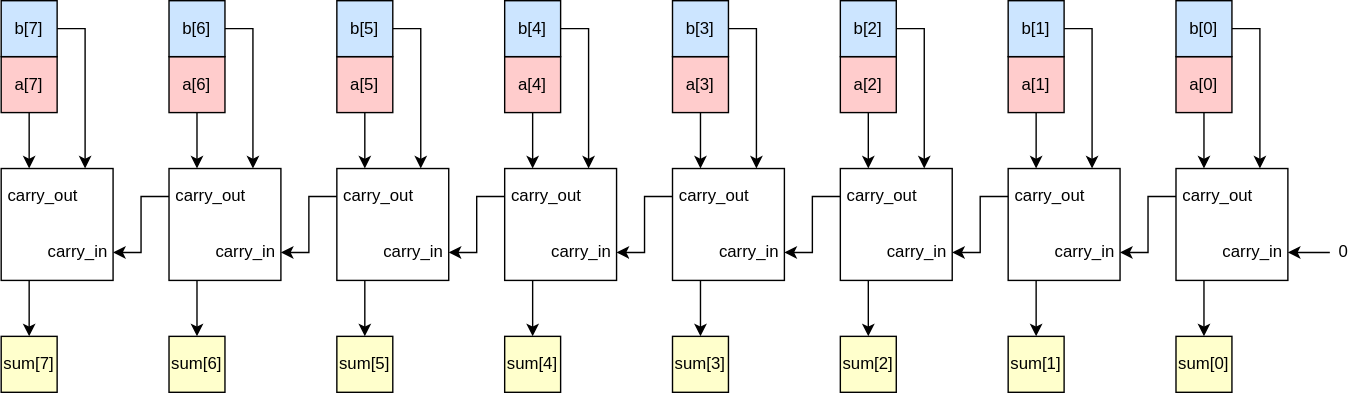
Earlier version of the draw.io export posts/carry-lookahead-adder/carry-lookahead-adder-rca.drawio.svg (axelfeldmann/feldmann.nyc). Source tidied: cells renumbered, new cells last; positions are measured from the earlier drawing's top-left corner, leaving out a move shared by most shapes.
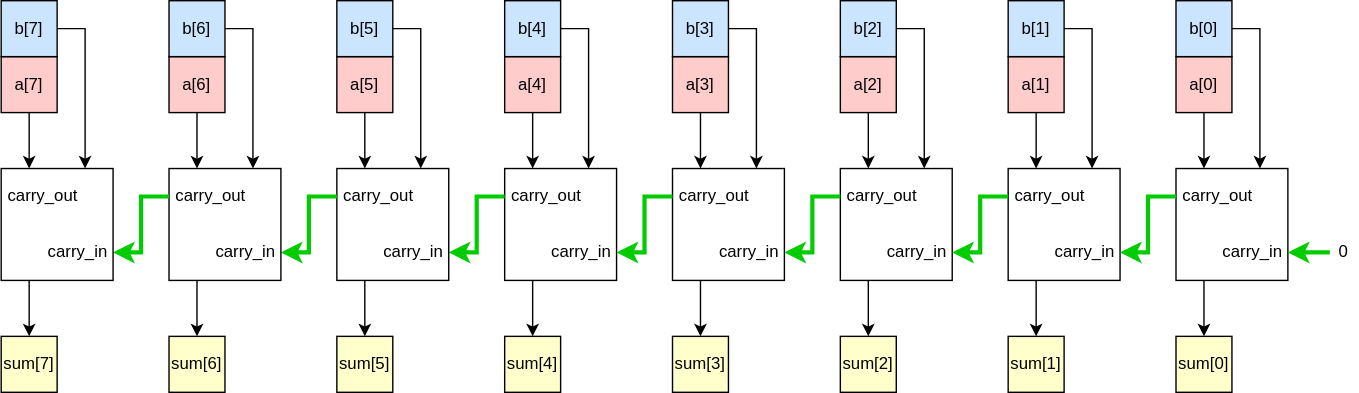
The same file after the commit.

Commit message:
green critical path

What changed in the source:
```diff
@@ -17,7 +17,7 @@
     <mxCell id="6" value="carry_in" style="text;html=1;align=center;verticalAlign=middle;whiteSpace=wrap;rounded=0;rotation=0;" parent="1" vertex="1">
       <mxGeometry x="390" y="170" width="50" height="20" as="geometry" />
     </mxCell>
-    <mxCell id="7" style="edgeStyle=orthogonalEdgeStyle;rounded=0;jettySize=auto;html=1;exitX=0;exitY=0.5;exitDx=0;exitDy=0;entryX=1;entryY=0.5;entryDx=0;entryDy=0;" parent="1" edge="1" source="8" target="16">
+    <mxCell id="7" style="edgeStyle=orthogonalEdgeStyle;rounded=0;jettySize=auto;html=1;exitX=0;exitY=0.5;exitDx=0;exitDy=0;entryX=1;entryY=0.5;entryDx=0;entryDy=0;strokeWidth=3;strokeColor=#00CC00;" parent="1" edge="1" source="8" target="16">
       <mxGeometry relative="1" as="geometry" />
     </mxCell>
     <mxCell id="8" value="carry_out" style="text;html=1;align=center;verticalAlign=middle;whiteSpace=wrap;rounded=0;rotation=0;" parent="1" vertex="1">
@@ -47,7 +47,7 @@
     <mxCell id="16" value="carry_in" style="text;html=1;align=center;verticalAlign=middle;whiteSpace=wrap;rounded=0;rotation=0;" parent="1" vertex="1">
       <mxGeometry x="270" y="170" width="50" height="20" as="geometry" />
     </mxCell>
-    <mxCell id="17" style="edgeStyle=orthogonalEdgeStyle;rounded=0;jettySize=auto;html=1;exitX=0;exitY=0.5;exitDx=0;exitDy=0;entryX=1;entryY=0.5;entryDx=0;entryDy=0;" parent="1" edge="1" source="18" target="26">
+    <mxCell id="17" style="edgeStyle=orthogonalEdgeStyle;rounded=0;jettySize=auto;html=1;exitX=0;exitY=0.5;exitDx=0;exitDy=0;entryX=1;entryY=0.5;entryDx=0;entryDy=0;strokeWidth=3;strokeColor=#00CC00;" parent="1" edge="1" source="18" target="26">
       <mxGeometry relative="1" as="geometry" />
     </mxCell>
     <mxCell id="18" value="carry_out" style="text;html=1;align=center;verticalAlign=middle;whiteSpace=wrap;rounded=0;rotation=0;" parent="1" vertex="1">
@@ -77,7 +77,7 @@
     <mxCell id="26" value="carry_in" style="text;html=1;align=center;verticalAlign=middle;whiteSpace=wrap;rounded=0;rotation=0;" parent="1" vertex="1">
       <mxGeometry x="150" y="170" width="50" height="20" as="geometry" />
     </mxCell>
-    <mxCell id="27" style="edgeStyle=orthogonalEdgeStyle;rounded=0;jettySize=auto;html=1;exitX=0;exitY=0.5;exitDx=0;exitDy=0;entryX=1;entryY=0.5;entryDx=0;entryDy=0;" parent="1" edge="1" source="28" target="36">
+    <mxCell id="27" style="edgeStyle=orthogonalEdgeStyle;rounded=0;jettySize=auto;html=1;exitX=0;exitY=0.5;exitDx=0;exitDy=0;entryX=1;entryY=0.5;entryDx=0;entryDy=0;strokeWidth=3;strokeColor=#00CC00;" parent="1" edge="1" source="28" target="36">
       <mxGeometry relative="1" as="geometry" />
     </mxCell>
     <mxCell id="28" value="carry_out" style="text;html=1;align=center;verticalAlign=middle;whiteSpace=wrap;rounded=0;rotation=0;" parent="1" vertex="1">
@@ -134,7 +134,7 @@
     <mxCell id="45" value="carry_in" style="text;html=1;align=center;verticalAlign=middle;whiteSpace=wrap;rounded=0;rotation=0;" parent="1" vertex="1">
       <mxGeometry x="510" y="170" width="50" height="20" as="geometry" />
     </mxCell>
-    <mxCell id="46" style="edgeStyle=orthogonalEdgeStyle;rounded=0;jettySize=auto;html=1;exitX=0;exitY=0.5;exitDx=0;exitDy=0;entryX=1;entryY=0.5;entryDx=0;entryDy=0;" parent="1" edge="1" source="47" target="6">
+    <mxCell id="46" style="edgeStyle=orthogonalEdgeStyle;rounded=0;jettySize=auto;html=1;exitX=0;exitY=0.5;exitDx=0;exitDy=0;entryX=1;entryY=0.5;entryDx=0;entryDy=0;strokeWidth=3;strokeColor=#00CC00;" parent="1" edge="1" source="47" target="6">
       <mxGeometry relative="1" as="geometry" />
     </mxCell>
     <mxCell id="47" value="carry_out" style="text;html=1;align=center;verticalAlign=middle;whiteSpace=wrap;rounded=0;rotation=0;" parent="1" vertex="1">
@@ -164,7 +164,7 @@
     <mxCell id="55" value="carry_in" style="text;html=1;align=center;verticalAlign=middle;whiteSpace=wrap;rounded=0;rotation=0;" parent="1" vertex="1">
       <mxGeometry x="630" y="170" width="50" height="20" as="geometry" />
     </mxCell>
-    <mxCell id="56" style="edgeStyle=orthogonalEdgeStyle;rounded=0;jettySize=auto;html=1;exitX=0;exitY=0.5;exitDx=0;exitDy=0;entryX=1;entryY=0.5;entryDx=0;entryDy=0;" parent="1" edge="1" source="57" target="45">
+    <mxCell id="56" style="edgeStyle=orthogonalEdgeStyle;rounded=0;jettySize=auto;html=1;exitX=0;exitY=0.5;exitDx=0;exitDy=0;entryX=1;entryY=0.5;entryDx=0;entryDy=0;strokeWidth=3;strokeColor=#00CC00;" parent="1" edge="1" source="57" target="45">
       <mxGeometry relative="1" as="geometry" />
     </mxCell>
     <mxCell id="57" value="carry_out" style="text;html=1;align=center;verticalAlign=middle;whiteSpace=wrap;rounded=0;rotation=0;" parent="1" vertex="1">
@@ -194,7 +194,7 @@
     <mxCell id="65" value="carry_in" style="text;html=1;align=center;verticalAlign=middle;whiteSpace=wrap;rounded=0;rotation=0;" parent="1" vertex="1">
       <mxGeometry x="750" y="170" width="50" height="20" as="geometry" />
     </mxCell>
-    <mxCell id="66" style="edgeStyle=orthogonalEdgeStyle;rounded=0;jettySize=auto;html=1;exitX=0;exitY=0.5;exitDx=0;exitDy=0;entryX=1;entryY=0.5;entryDx=0;entryDy=0;" parent="1" edge="1" source="67" target="55">
+    <mxCell id="66" style="edgeStyle=orthogonalEdgeStyle;rounded=0;jettySize=auto;html=1;exitX=0;exitY=0.5;exitDx=0;exitDy=0;entryX=1;entryY=0.5;entryDx=0;entryDy=0;strokeWidth=3;strokeColor=#00CC00;" parent="1" edge="1" source="67" target="55">
       <mxGeometry relative="1" as="geometry" />
     </mxCell>
     <mxCell id="67" value="carry_out" style="text;html=1;align=center;verticalAlign=middle;whiteSpace=wrap;rounded=0;rotation=0;" parent="1" vertex="1">
@@ -224,7 +224,7 @@
     <mxCell id="75" value="carry_in" style="text;html=1;align=center;verticalAlign=middle;whiteSpace=wrap;rounded=0;rotation=0;" parent="1" vertex="1">
       <mxGeometry x="870" y="170" width="50" height="20" as="geometry" />
     </mxCell>
-    <mxCell id="76" style="edgeStyle=orthogonalEdgeStyle;rounded=0;jettySize=auto;html=1;exitX=0;exitY=0.5;exitDx=0;exitDy=0;entryX=1;entryY=0.5;entryDx=0;entryDy=0;" parent="1" edge="1" source="77" target="65">
+    <mxCell id="76" style="edgeStyle=orthogonalEdgeStyle;rounded=0;jettySize=auto;html=1;exitX=0;exitY=0.5;exitDx=0;exitDy=0;entryX=1;entryY=0.5;entryDx=0;entryDy=0;strokeWidth=3;strokeColor=#00CC00;" parent="1" edge="1" source="77" target="65">
       <mxGeometry relative="1" as="geometry" />
     </mxCell>
     <mxCell id="77" value="carry_out" style="text;html=1;align=center;verticalAlign=middle;whiteSpace=wrap;rounded=0;rotation=0;" parent="1" vertex="1">
@@ -239,7 +239,7 @@
     <mxCell id="80" value="sum[0]" style="rounded=0;whiteSpace=wrap;html=1;fillColor=#FFFFCC;" parent="1" vertex="1">
       <mxGeometry x="840" y="240" width="40" height="40" as="geometry" />
     </mxCell>
-    <mxCell id="81" style="edgeStyle=orthogonalEdgeStyle;rounded=0;jettySize=auto;html=1;entryX=1;entryY=0.5;entryDx=0;entryDy=0;" parent="1" edge="1" source="82" target="75">
+    <mxCell id="81" style="edgeStyle=orthogonalEdgeStyle;rounded=0;jettySize=auto;html=1;entryX=1;entryY=0.5;entryDx=0;entryDy=0;strokeWidth=3;strokeColor=#00CC00;" parent="1" edge="1" source="82" target="75">
       <mxGeometry relative="1" as="geometry" />
     </mxCell>
     <mxCell id="82" value="0" style="text;html=1;align=center;verticalAlign=middle;whiteSpace=wrap;rounded=0;rotation=0;" parent="1" vertex="1">
```
